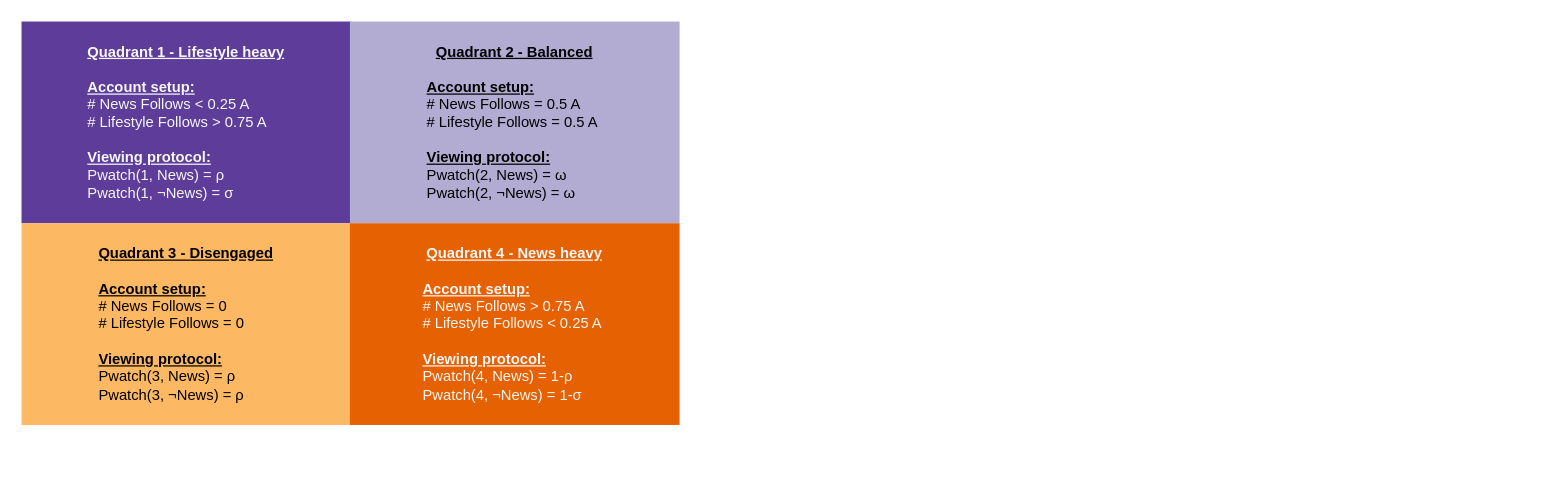
The draw.io diagram square_quads.drawio in changgge/changgge, before the edit. Source tidied: cells renumbered, new cells numbered last; positions are measured from the earlier drawing's top-left corner, leaving out a move shared by most shapes. Both pictures are drawn from the tidied source at 123%, with x=0, y=0 at pixel (21, 21).
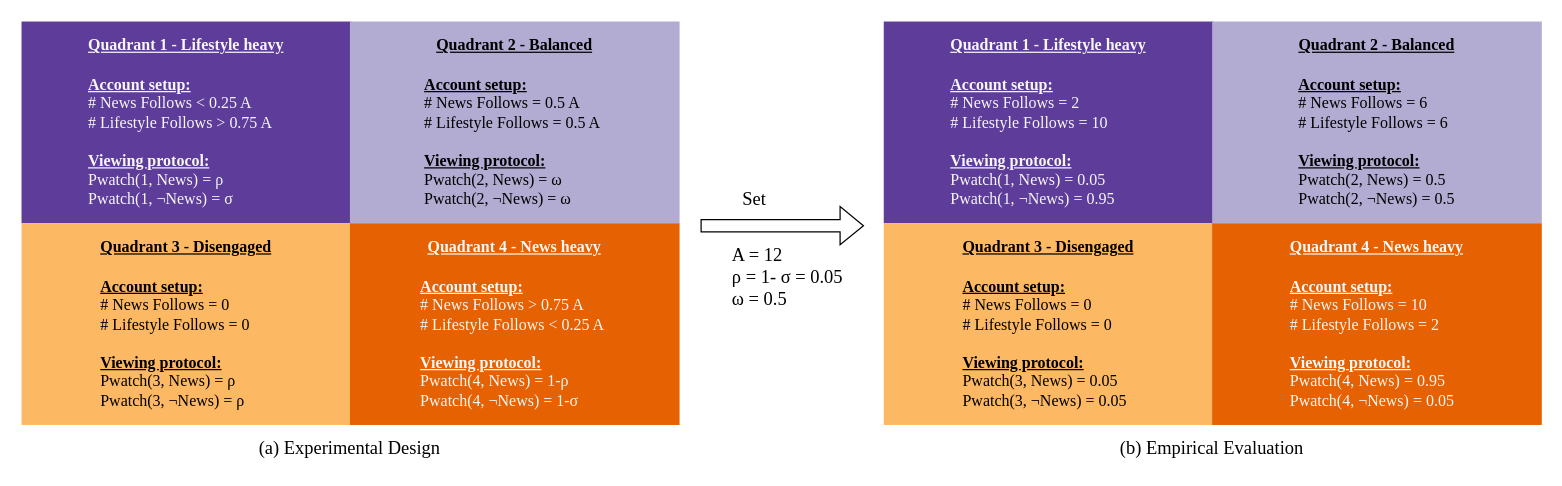
After the change.

What changed in the source:
```diff
@@
 <mxGraphModel>
   <root>
     <mxCell id="0" />
     <mxCell id="1" parent="0" />
-    <mxCell id="2" value="&lt;u&gt;&lt;b&gt;Quadrant 1 - Lifestyle heavy&lt;/b&gt;&lt;/u&gt;&lt;div&gt;&lt;u&gt;&lt;br&gt;&lt;/u&gt;&lt;/div&gt;&lt;div&gt;&lt;div style=&quot;text-align: left;&quot;&gt;&lt;u&gt;&lt;b&gt;Account setup:&lt;/b&gt;&lt;/u&gt;&lt;/div&gt;&lt;div style=&quot;text-align: left;&quot;&gt;# News Follows &amp;lt; 0.25 A&lt;/div&gt;&lt;div&gt;&lt;div style=&quot;text-align: left;&quot;&gt;# Lifestyle Follows &amp;gt; 0.75 A&lt;/div&gt;&lt;div style=&quot;text-align: left;&quot;&gt;&lt;br&gt;&lt;/div&gt;&lt;div style=&quot;text-align: left;&quot;&gt;&lt;u&gt;&lt;b&gt;Viewing protocol:&lt;/b&gt;&lt;/u&gt;&lt;/div&gt;&lt;div style=&quot;text-align: left;&quot;&gt;Pwatch(1, News) =&amp;nbsp;ρ&lt;br&gt;&lt;/div&gt;&lt;/div&gt;&lt;div style=&quot;text-align: left;&quot;&gt;Pwatch(1,&amp;nbsp;&lt;span style=&quot;&quot;&gt;¬&lt;/span&gt;News) =&amp;nbsp;&lt;span style=&quot;&quot;&gt;σ&lt;/span&gt;&lt;/div&gt;&lt;/div&gt;" style="rounded=0;whiteSpace=wrap;html=1;fillColor=#5E3C99;strokeColor=none;fontColor=#F7F7F7;" parent="1" vertex="1">
+    <mxCell id="2" value="&lt;u&gt;&lt;b&gt;Quadrant 1 - Lifestyle heavy&lt;/b&gt;&lt;/u&gt;&lt;div&gt;&lt;u&gt;&lt;br&gt;&lt;/u&gt;&lt;/div&gt;&lt;div&gt;&lt;div style=&quot;text-align: left;&quot;&gt;&lt;u&gt;&lt;b&gt;Account setup:&lt;/b&gt;&lt;/u&gt;&lt;/div&gt;&lt;div style=&quot;text-align: left;&quot;&gt;# News Follows &amp;lt; 0.25 A&lt;/div&gt;&lt;div&gt;&lt;div style=&quot;text-align: left;&quot;&gt;# Lifestyle Follows &amp;gt; 0.75 A&lt;/div&gt;&lt;div style=&quot;text-align: left;&quot;&gt;&lt;br&gt;&lt;/div&gt;&lt;div style=&quot;text-align: left;&quot;&gt;&lt;u&gt;&lt;b&gt;Viewing protocol:&lt;/b&gt;&lt;/u&gt;&lt;/div&gt;&lt;div style=&quot;text-align: left;&quot;&gt;Pwatch(1, News) =&amp;nbsp;ρ&lt;br&gt;&lt;/div&gt;&lt;/div&gt;&lt;div style=&quot;text-align: left;&quot;&gt;Pwatch(1,&amp;nbsp;&lt;span&gt;¬&lt;/span&gt;News) =&amp;nbsp;&lt;span&gt;σ&lt;/span&gt;&lt;/div&gt;&lt;/div&gt;" style="rounded=0;whiteSpace=wrap;html=1;fillColor=#5E3C99;strokeColor=none;fontColor=#F7F7F7;fontFamily=Times New Roman;fontSize=13;" parent="1" vertex="1">
       <mxGeometry width="268" height="164" as="geometry" />
     </mxCell>
-    <mxCell id="3" value="&lt;u style=&quot;caret-color: rgb(247, 247, 247);&quot;&gt;&lt;b&gt;Quadrant 2 - Balanced&lt;/b&gt;&lt;/u&gt;&lt;div style=&quot;caret-color: rgb(247, 247, 247);&quot;&gt;&lt;u&gt;&lt;br&gt;&lt;/u&gt;&lt;/div&gt;&lt;div style=&quot;caret-color: rgb(247, 247, 247);&quot;&gt;&lt;div style=&quot;text-align: left;&quot;&gt;&lt;u&gt;&lt;b&gt;Account setup:&lt;/b&gt;&lt;/u&gt;&lt;/div&gt;&lt;div style=&quot;text-align: left;&quot;&gt;&lt;span&gt;# News Follows = 0.5 A&lt;/span&gt;&lt;/div&gt;&lt;div&gt;&lt;div style=&quot;text-align: left;&quot;&gt;&lt;span&gt;# Lifestyle Follows = 0.5 A&amp;nbsp;&lt;/span&gt;&lt;/div&gt;&lt;div style=&quot;text-align: left;&quot;&gt;&lt;span&gt;&lt;br&gt;&lt;/span&gt;&lt;/div&gt;&lt;div style=&quot;text-align: left;&quot;&gt;&lt;u&gt;&lt;b&gt;Viewing protocol:&lt;/b&gt;&lt;/u&gt;&lt;/div&gt;&lt;div style=&quot;text-align: left;&quot;&gt;Pwatch(2, News) =&amp;nbsp;ω&lt;br&gt;&lt;/div&gt;&lt;/div&gt;&lt;div style=&quot;text-align: left;&quot;&gt;&lt;span&gt;Pwatch(2,&amp;nbsp;¬News) =&amp;nbsp;&lt;/span&gt;ω&lt;/div&gt;&lt;/div&gt;" style="rounded=0;whiteSpace=wrap;html=1;fillColor=#B2ABD2;strokeColor=none;fontColor=#000000;" parent="1" vertex="1">
+    <mxCell id="3" value="&lt;u style=&quot;caret-color: rgb(247, 247, 247);&quot;&gt;&lt;b&gt;Quadrant 2 - Balanced&lt;/b&gt;&lt;/u&gt;&lt;div style=&quot;caret-color: rgb(247, 247, 247);&quot;&gt;&lt;u&gt;&lt;br&gt;&lt;/u&gt;&lt;/div&gt;&lt;div style=&quot;caret-color: rgb(247, 247, 247);&quot;&gt;&lt;div style=&quot;text-align: left;&quot;&gt;&lt;u&gt;&lt;b&gt;Account setup:&lt;/b&gt;&lt;/u&gt;&lt;/div&gt;&lt;div style=&quot;text-align: left;&quot;&gt;&lt;span&gt;# News Follows = 0.5 A&lt;/span&gt;&lt;/div&gt;&lt;div&gt;&lt;div style=&quot;text-align: left;&quot;&gt;&lt;span&gt;# Lifestyle Follows = 0.5 A&amp;nbsp;&lt;/span&gt;&lt;/div&gt;&lt;div style=&quot;text-align: left;&quot;&gt;&lt;span&gt;&lt;br&gt;&lt;/span&gt;&lt;/div&gt;&lt;div style=&quot;text-align: left;&quot;&gt;&lt;u&gt;&lt;b&gt;Viewing protocol:&lt;/b&gt;&lt;/u&gt;&lt;/div&gt;&lt;div style=&quot;text-align: left;&quot;&gt;Pwatch(2, News) =&amp;nbsp;ω&lt;br&gt;&lt;/div&gt;&lt;/div&gt;&lt;div style=&quot;text-align: left;&quot;&gt;&lt;span&gt;Pwatch(2,&amp;nbsp;¬News) =&amp;nbsp;&lt;/span&gt;ω&lt;/div&gt;&lt;/div&gt;" style="rounded=0;whiteSpace=wrap;html=1;fillColor=#B2ABD2;strokeColor=none;fontColor=#000000;fontFamily=Times New Roman;fontSize=13;" parent="1" vertex="1">
       <mxGeometry x="267" width="268" height="164" as="geometry" />
     </mxCell>
-    <mxCell id="4" value="&lt;u style=&quot;caret-color: rgb(247, 247, 247);&quot;&gt;&lt;b&gt;Quadrant 3 - Disengaged&lt;/b&gt;&lt;/u&gt;&lt;div style=&quot;caret-color: rgb(247, 247, 247);&quot;&gt;&lt;u&gt;&lt;br&gt;&lt;/u&gt;&lt;/div&gt;&lt;div style=&quot;caret-color: rgb(247, 247, 247);&quot;&gt;&lt;div style=&quot;text-align: left;&quot;&gt;&lt;u&gt;&lt;b&gt;Account setup:&lt;/b&gt;&lt;/u&gt;&lt;/div&gt;&lt;div style=&quot;text-align: left;&quot;&gt;# News Follows = 0&lt;/div&gt;&lt;div&gt;&lt;div style=&quot;text-align: left;&quot;&gt;# Lifestyle Follows = 0&lt;/div&gt;&lt;div style=&quot;text-align: left;&quot;&gt;&lt;br&gt;&lt;/div&gt;&lt;div style=&quot;text-align: left;&quot;&gt;&lt;u&gt;&lt;b&gt;Viewing protocol:&lt;/b&gt;&lt;/u&gt;&lt;/div&gt;&lt;div style=&quot;text-align: left;&quot;&gt;Pwatch(3, News) =&amp;nbsp;ρ&lt;br&gt;&lt;/div&gt;&lt;/div&gt;&lt;div style=&quot;text-align: left;&quot;&gt;Pwatch(3,&amp;nbsp;¬News) = ρ&lt;/div&gt;&lt;/div&gt;" style="rounded=0;whiteSpace=wrap;html=1;fillColor=#FDB863;strokeColor=none;fontColor=#000000;" parent="1" vertex="1">
+    <mxCell id="4" value="&lt;u style=&quot;caret-color: rgb(247, 247, 247);&quot;&gt;&lt;b&gt;Quadrant 3 - Disengaged&lt;/b&gt;&lt;/u&gt;&lt;div style=&quot;caret-color: rgb(247, 247, 247);&quot;&gt;&lt;u&gt;&lt;br&gt;&lt;/u&gt;&lt;/div&gt;&lt;div style=&quot;caret-color: rgb(247, 247, 247);&quot;&gt;&lt;div style=&quot;text-align: left;&quot;&gt;&lt;u&gt;&lt;b&gt;Account setup:&lt;/b&gt;&lt;/u&gt;&lt;/div&gt;&lt;div style=&quot;text-align: left;&quot;&gt;# News Follows = 0&lt;/div&gt;&lt;div&gt;&lt;div style=&quot;text-align: left;&quot;&gt;# Lifestyle Follows = 0&lt;/div&gt;&lt;div style=&quot;text-align: left;&quot;&gt;&lt;br&gt;&lt;/div&gt;&lt;div style=&quot;text-align: left;&quot;&gt;&lt;u&gt;&lt;b&gt;Viewing protocol:&lt;/b&gt;&lt;/u&gt;&lt;/div&gt;&lt;div style=&quot;text-align: left;&quot;&gt;Pwatch(3, News) =&amp;nbsp;ρ&lt;br&gt;&lt;/div&gt;&lt;/div&gt;&lt;div style=&quot;text-align: left;&quot;&gt;Pwatch(3,&amp;nbsp;¬News) = ρ&lt;/div&gt;&lt;/div&gt;" style="rounded=0;whiteSpace=wrap;html=1;fillColor=#FDB863;strokeColor=none;fontColor=#000000;fontFamily=Times New Roman;fontSize=13;" parent="1" vertex="1">
       <mxGeometry y="164" width="268" height="164" as="geometry" />
     </mxCell>
-    <mxCell id="5" value="&lt;u&gt;&lt;b&gt;Quadrant 4 - News heavy&lt;/b&gt;&lt;/u&gt;&lt;div&gt;&lt;u&gt;&lt;br&gt;&lt;/u&gt;&lt;/div&gt;&lt;div&gt;&lt;div style=&quot;text-align: left;&quot;&gt;&lt;u&gt;&lt;b&gt;Account setup:&lt;/b&gt;&lt;/u&gt;&lt;/div&gt;&lt;div style=&quot;text-align: left;&quot;&gt;# News Follows &amp;gt; 0.75 A&lt;/div&gt;&lt;div&gt;&lt;div style=&quot;text-align: left;&quot;&gt;# Lifestyle Follows &amp;lt; 0.25 A&amp;nbsp;&lt;/div&gt;&lt;div style=&quot;text-align: left;&quot;&gt;&lt;br&gt;&lt;/div&gt;&lt;div style=&quot;text-align: left;&quot;&gt;&lt;u&gt;&lt;b&gt;Viewing protocol:&lt;/b&gt;&lt;/u&gt;&lt;/div&gt;&lt;div style=&quot;text-align: left;&quot;&gt;Pwatch(4, News) = 1-ρ&lt;br&gt;&lt;/div&gt;&lt;/div&gt;&lt;div style=&quot;text-align: left;&quot;&gt;Pwatch(4,&amp;nbsp;¬News) = 1-σ&lt;/div&gt;&lt;/div&gt;" style="rounded=0;whiteSpace=wrap;html=1;fillColor=#E66101;strokeColor=none;fontColor=#F7F7F7;" parent="1" vertex="1">
+    <mxCell id="5" value="&lt;u&gt;&lt;b&gt;Quadrant 4 - News heavy&lt;/b&gt;&lt;/u&gt;&lt;div&gt;&lt;u&gt;&lt;br&gt;&lt;/u&gt;&lt;/div&gt;&lt;div&gt;&lt;div style=&quot;text-align: left;&quot;&gt;&lt;u&gt;&lt;b&gt;Account setup:&lt;/b&gt;&lt;/u&gt;&lt;/div&gt;&lt;div style=&quot;text-align: left;&quot;&gt;# News Follows &amp;gt; 0.75 A&lt;/div&gt;&lt;div&gt;&lt;div style=&quot;text-align: left;&quot;&gt;# Lifestyle Follows &amp;lt; 0.25 A&amp;nbsp;&lt;/div&gt;&lt;div style=&quot;text-align: left;&quot;&gt;&lt;br&gt;&lt;/div&gt;&lt;div style=&quot;text-align: left;&quot;&gt;&lt;u&gt;&lt;b&gt;Viewing protocol:&lt;/b&gt;&lt;/u&gt;&lt;/div&gt;&lt;div style=&quot;text-align: left;&quot;&gt;Pwatch(4, News) = 1-ρ&lt;br&gt;&lt;/div&gt;&lt;/div&gt;&lt;div style=&quot;text-align: left;&quot;&gt;Pwatch(4,&amp;nbsp;¬News) = 1-σ&lt;/div&gt;&lt;/div&gt;" style="rounded=0;whiteSpace=wrap;html=1;fillColor=#E66101;strokeColor=none;fontColor=#F7F7F7;fontFamily=Times New Roman;fontSize=13;" parent="1" vertex="1">
       <mxGeometry x="267" y="164" width="268" height="164" as="geometry" />
     </mxCell>
+    <mxCell id="6" value="(a) Experimental Design" style="text;html=1;align=center;verticalAlign=middle;whiteSpace=wrap;rounded=0;fontFamily=Times New Roman;fontSize=15;" parent="1" vertex="1">
+      <mxGeometry x="172" y="331" width="190" height="30" as="geometry" />
+    </mxCell>
+    <mxCell id="7" value="&lt;u&gt;&lt;b&gt;Quadrant 1 - Lifestyle heavy&lt;/b&gt;&lt;/u&gt;&lt;div&gt;&lt;u&gt;&lt;br&gt;&lt;/u&gt;&lt;/div&gt;&lt;div&gt;&lt;div style=&quot;text-align: left;&quot;&gt;&lt;u&gt;&lt;b&gt;Account setup:&lt;/b&gt;&lt;/u&gt;&lt;/div&gt;&lt;div style=&quot;text-align: left;&quot;&gt;# News Follows = 2&lt;/div&gt;&lt;div&gt;&lt;div style=&quot;text-align: left;&quot;&gt;# Lifestyle Follows = 10&lt;/div&gt;&lt;div style=&quot;text-align: left;&quot;&gt;&lt;br&gt;&lt;/div&gt;&lt;div style=&quot;text-align: left;&quot;&gt;&lt;u&gt;&lt;b&gt;Viewing protocol:&lt;/b&gt;&lt;/u&gt;&lt;/div&gt;&lt;div style=&quot;text-align: left;&quot;&gt;Pwatch(1, News) = 0.05&lt;br&gt;&lt;/div&gt;&lt;/div&gt;&lt;div style=&quot;text-align: left;&quot;&gt;Pwatch(1,&amp;nbsp;&lt;span&gt;¬&lt;/span&gt;News) = 0.95&lt;/div&gt;&lt;/div&gt;" style="rounded=0;whiteSpace=wrap;html=1;fillColor=#5E3C99;strokeColor=none;fontColor=#F7F7F7;fontFamily=Times New Roman;fontSize=13;" parent="1" vertex="1">
+      <mxGeometry x="701" width="268" height="164" as="geometry" />
+    </mxCell>
+    <mxCell id="8" value="&lt;u style=&quot;caret-color: rgb(247, 247, 247);&quot;&gt;&lt;b&gt;Quadrant 2 - Balanced&lt;/b&gt;&lt;/u&gt;&lt;div style=&quot;caret-color: rgb(247, 247, 247);&quot;&gt;&lt;u&gt;&lt;br&gt;&lt;/u&gt;&lt;/div&gt;&lt;div style=&quot;caret-color: rgb(247, 247, 247);&quot;&gt;&lt;div style=&quot;text-align: left;&quot;&gt;&lt;u&gt;&lt;b&gt;Account setup:&lt;/b&gt;&lt;/u&gt;&lt;/div&gt;&lt;div style=&quot;text-align: left;&quot;&gt;&lt;span&gt;# News Follows = 6&lt;/span&gt;&lt;/div&gt;&lt;div&gt;&lt;div style=&quot;text-align: left;&quot;&gt;&lt;span&gt;# Lifestyle Follows = 6&amp;nbsp;&lt;/span&gt;&lt;/div&gt;&lt;div style=&quot;text-align: left;&quot;&gt;&lt;span&gt;&lt;br&gt;&lt;/span&gt;&lt;/div&gt;&lt;div style=&quot;text-align: left;&quot;&gt;&lt;u&gt;&lt;b&gt;Viewing protocol:&lt;/b&gt;&lt;/u&gt;&lt;/div&gt;&lt;div style=&quot;text-align: left;&quot;&gt;Pwatch(2, News) =&amp;nbsp;0.5&lt;br&gt;&lt;/div&gt;&lt;/div&gt;&lt;div style=&quot;text-align: left;&quot;&gt;&lt;span&gt;Pwatch(2,&amp;nbsp;¬News) = 0.5&lt;/span&gt;&lt;/div&gt;&lt;/div&gt;" style="rounded=0;whiteSpace=wrap;html=1;fillColor=#B2ABD2;strokeColor=none;fontColor=#000000;fontFamily=Times New Roman;fontSize=13;" parent="1" vertex="1">
+      <mxGeometry x="968" width="268" height="164" as="geometry" />
+    </mxCell>
+    <mxCell id="9" value="&lt;u style=&quot;caret-color: rgb(247, 247, 247);&quot;&gt;&lt;b&gt;Quadrant 3 - Disengaged&lt;/b&gt;&lt;/u&gt;&lt;div style=&quot;caret-color: rgb(247, 247, 247);&quot;&gt;&lt;u&gt;&lt;br&gt;&lt;/u&gt;&lt;/div&gt;&lt;div style=&quot;caret-color: rgb(247, 247, 247);&quot;&gt;&lt;div style=&quot;text-align: left;&quot;&gt;&lt;u&gt;&lt;b&gt;Account setup:&lt;/b&gt;&lt;/u&gt;&lt;/div&gt;&lt;div style=&quot;text-align: left;&quot;&gt;# News Follows = 0&lt;/div&gt;&lt;div&gt;&lt;div style=&quot;text-align: left;&quot;&gt;# Lifestyle Follows = 0&lt;/div&gt;&lt;div style=&quot;text-align: left;&quot;&gt;&lt;br&gt;&lt;/div&gt;&lt;div style=&quot;text-align: left;&quot;&gt;&lt;u&gt;&lt;b&gt;Viewing protocol:&lt;/b&gt;&lt;/u&gt;&lt;/div&gt;&lt;div style=&quot;text-align: left;&quot;&gt;Pwatch(3, News) = 0.05&lt;br&gt;&lt;/div&gt;&lt;/div&gt;&lt;div style=&quot;text-align: left;&quot;&gt;Pwatch(3,&amp;nbsp;¬News) = 0.05&lt;/div&gt;&lt;/div&gt;" style="rounded=0;whiteSpace=wrap;html=1;fillColor=#FDB863;strokeColor=none;fontColor=#000000;fontFamily=Times New Roman;fontSize=13;" parent="1" vertex="1">
+      <mxGeometry x="701" y="164" width="268" height="164" as="geometry" />
+    </mxCell>
+    <mxCell id="10" value="&lt;u&gt;&lt;b&gt;Quadrant 4 - News heavy&lt;/b&gt;&lt;/u&gt;&lt;div&gt;&lt;u&gt;&lt;br&gt;&lt;/u&gt;&lt;/div&gt;&lt;div&gt;&lt;div style=&quot;text-align: left;&quot;&gt;&lt;u&gt;&lt;b&gt;Account setup:&lt;/b&gt;&lt;/u&gt;&lt;/div&gt;&lt;div style=&quot;text-align: left;&quot;&gt;# News Follows = 10&lt;/div&gt;&lt;div&gt;&lt;div style=&quot;text-align: left;&quot;&gt;# Lifestyle Follows = 2&lt;/div&gt;&lt;div style=&quot;text-align: left;&quot;&gt;&lt;br&gt;&lt;/div&gt;&lt;div style=&quot;text-align: left;&quot;&gt;&lt;u&gt;&lt;b&gt;Viewing protocol:&lt;/b&gt;&lt;/u&gt;&lt;/div&gt;&lt;div style=&quot;text-align: left;&quot;&gt;Pwatch(4, News) = 0.95&lt;br&gt;&lt;/div&gt;&lt;/div&gt;&lt;div style=&quot;text-align: left;&quot;&gt;Pwatch(4,&amp;nbsp;¬News) = 0.05&lt;/div&gt;&lt;/div&gt;" style="rounded=0;whiteSpace=wrap;html=1;fillColor=#E66101;strokeColor=none;fontColor=#F7F7F7;fontFamily=Times New Roman;fontSize=13;" parent="1" vertex="1">
+      <mxGeometry x="968" y="164" width="268" height="164" as="geometry" />
+    </mxCell>
+    <mxCell id="11" value="(b) Empirical Evaluation" style="text;html=1;align=center;verticalAlign=middle;whiteSpace=wrap;rounded=0;fontFamily=Times New Roman;fontSize=15;" parent="1" vertex="1">
+      <mxGeometry x="873" y="331" width="190" height="30" as="geometry" />
+    </mxCell>
+    <mxCell id="12" style="shape=flexArrow;endArrow=classic;html=1;rounded=0;" parent="1" edge="1">
+      <mxGeometry relative="1" as="geometry">
+        <mxPoint x="552" y="166" as="sourcePoint" />
+        <mxPoint x="685" y="166" as="targetPoint" />
+      </mxGeometry>
+    </mxCell>
+    <mxCell id="13" value="Set" style="text;html=1;align=center;verticalAlign=middle;whiteSpace=wrap;rounded=0;fontSize=15;fontFamily=Times New Roman;" parent="1" vertex="1">
+      <mxGeometry x="566" y="129" width="60" height="30" as="geometry" />
+    </mxCell>
+    <mxCell id="14" value="&lt;span&gt;A = 12&amp;nbsp;&lt;/span&gt;&lt;div&gt;&lt;span&gt;&lt;span style=&quot;caret-color: rgb(247, 247, 247);&quot;&gt;ρ = 1-&amp;nbsp;&lt;/span&gt;&lt;span style=&quot;caret-color: rgb(247, 247, 247);&quot;&gt;σ = 0.05&lt;/span&gt;&lt;/span&gt;&lt;/div&gt;&lt;div&gt;&lt;span&gt;&lt;span style=&quot;caret-color: rgb(247, 247, 247);&quot;&gt;ω = 0.5&lt;/span&gt;&lt;/span&gt;&lt;br&gt;&lt;/div&gt;" style="text;html=1;align=left;verticalAlign=middle;whiteSpace=wrap;rounded=0;fontColor=default;fontSize=15;fontFamily=Times New Roman;" parent="1" vertex="1">
+      <mxGeometry x="576" y="192" width="125" height="30" as="geometry" />
+    </mxCell>
   </root>
 </mxGraphModel>
```
